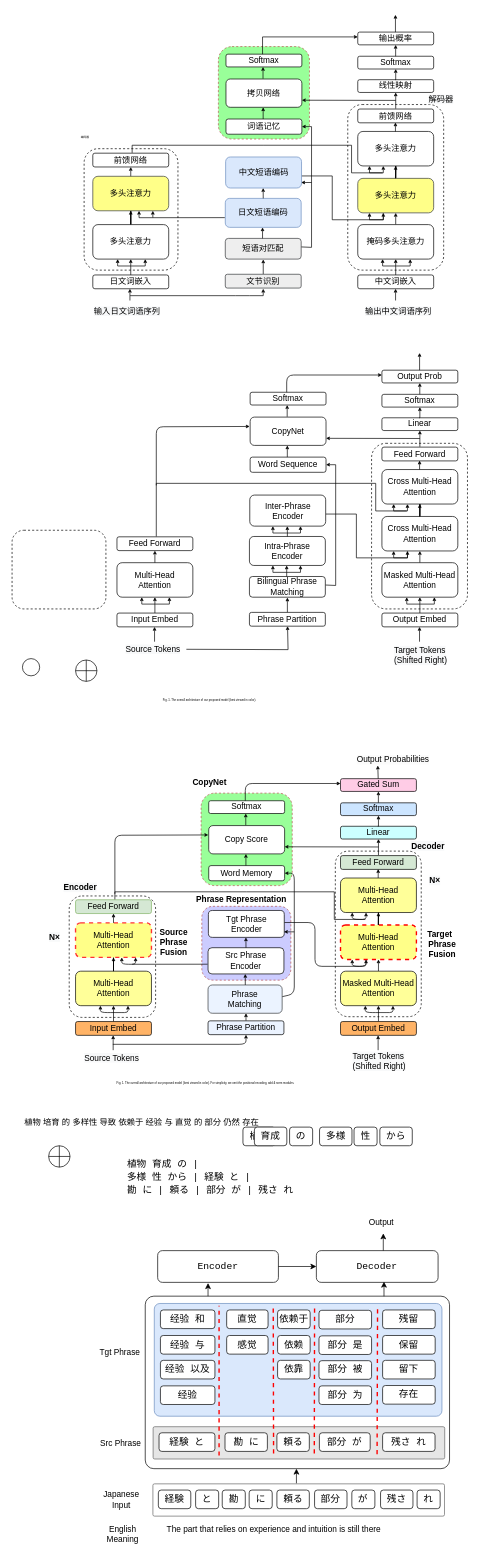
This is phraseNMT.drawio from lizezhonglaile/drawio, a draw.io file, before an edit. Source tidied: cells renumbered, new cells numbered last; positions are measured from the earlier drawing's top-left corner, leaving out a move shared by most shapes. Both pictures are drawn from the tidied source at 69%, with x=0, y=0 at pixel (12, 14).
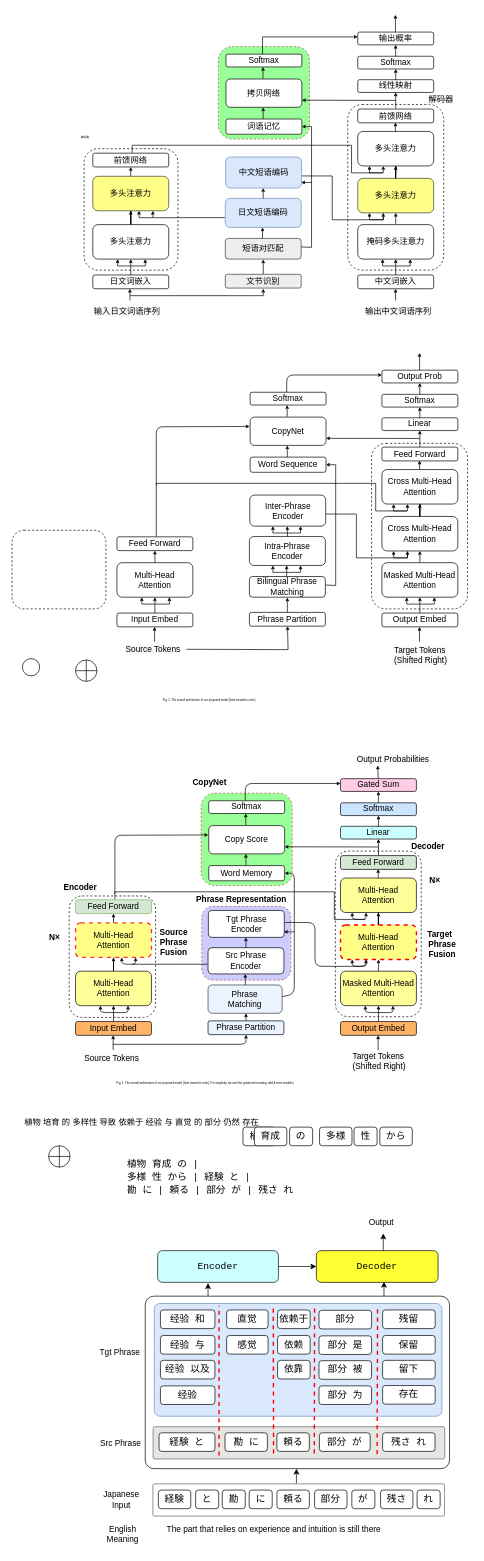
Above is the later version.

Diff of the diagram source:
```diff
@@
-    <mxCell id="223" value="&lt;pre style=&quot;text-align: left; box-sizing: border-box; overflow: auto; font-size: 14px; padding: 1px 0px; margin-top: 0px; margin-bottom: 0px; line-height: inherit; word-break: break-all; overflow-wrap: break-word; background-color: rgb(255, 255, 255); border: 0px; border-radius: 0px; vertical-align: baseline;&quot;&gt;&lt;pre style=&quot;box-sizing: border-box; overflow: auto; padding: 1px 0px; margin-top: 0px; margin-bottom: 0px; line-height: inherit; word-break: break-all; overflow-wrap: break-word; border: 0px; border-radius: 0px; vertical-align: baseline;&quot;&gt;Encoder&lt;/pre&gt;&lt;/pre&gt;" style="rounded=1;whiteSpace=wrap;html=1;" parent="1" vertex="1">
+    <mxCell id="223" value="&lt;pre style=&quot;text-align: left; box-sizing: border-box; overflow: auto; font-size: 14px; padding: 1px 0px; margin-top: 0px; margin-bottom: 0px; line-height: inherit; word-break: break-all; overflow-wrap: break-word; border: 0px; border-radius: 0px; vertical-align: baseline;&quot;&gt;&lt;pre style=&quot;box-sizing: border-box; overflow: auto; padding: 1px 0px; margin-top: 0px; margin-bottom: 0px; line-height: inherit; word-break: break-all; overflow-wrap: break-word; border: 0px; border-radius: 0px; vertical-align: baseline;&quot;&gt;Encoder&lt;/pre&gt;&lt;/pre&gt;" style="rounded=1;whiteSpace=wrap;html=1;fillColor=#CCFFFF;fontColor=#000000;strokeColor=#0d0d0d;" parent="1" vertex="1">
       <mxGeometry x="211" y="1791" width="175" height="46" as="geometry" />
     </mxCell>
-    <mxCell id="224" value="&lt;pre style=&quot;text-align: left; box-sizing: border-box; overflow: auto; font-size: 14px; padding: 1px 0px; margin-top: 0px; margin-bottom: 0px; line-height: inherit; word-break: break-all; overflow-wrap: break-word; background-color: rgb(255, 255, 255); border: 0px; border-radius: 0px; vertical-align: baseline;&quot;&gt;&lt;pre style=&quot;box-sizing: border-box; overflow: auto; padding: 1px 0px; margin-top: 0px; margin-bottom: 0px; line-height: inherit; word-break: break-all; overflow-wrap: break-word; border: 0px; border-radius: 0px; vertical-align: baseline;&quot;&gt;Decoder&lt;/pre&gt;&lt;/pre&gt;" style="rounded=1;whiteSpace=wrap;html=1;" parent="1" vertex="1">
+    <mxCell id="224" value="&lt;pre style=&quot;text-align: left; box-sizing: border-box; overflow: auto; font-size: 14px; padding: 1px 0px; margin-top: 0px; margin-bottom: 0px; line-height: inherit; word-break: break-all; overflow-wrap: break-word; border: 0px; border-radius: 0px; vertical-align: baseline;&quot;&gt;&lt;pre style=&quot;box-sizing: border-box; overflow: auto; padding: 1px 0px; margin-top: 0px; margin-bottom: 0px; line-height: inherit; word-break: break-all; overflow-wrap: break-word; border: 0px; border-radius: 0px; vertical-align: baseline;&quot;&gt;Decoder&lt;/pre&gt;&lt;/pre&gt;" style="rounded=1;whiteSpace=wrap;html=1;fillColor=#FFFF33;" parent="1" vertex="1">
       <mxGeometry x="441" y="1791" width="176.4" height="46" as="geometry" />
     </mxCell>
```
